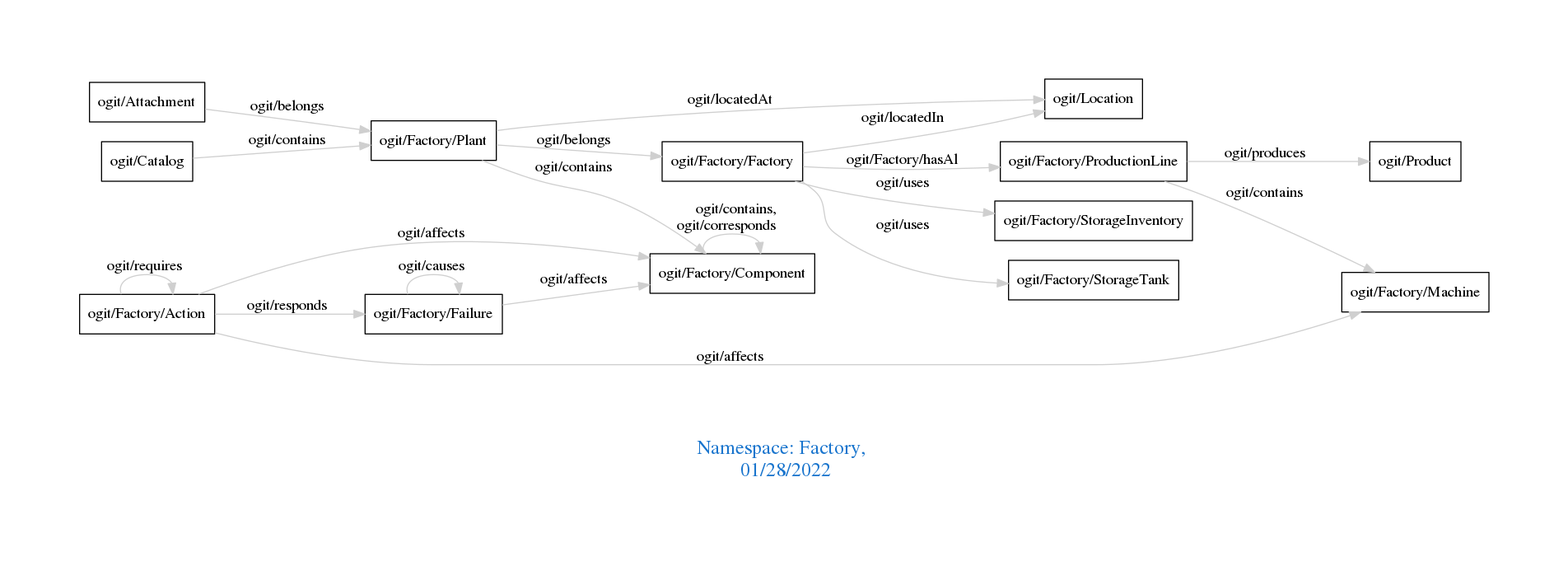
This is downloads/Factory.png from arago/OGIT, a Graphviz export, as it was before one commit. Its source is kept beside it as downloads/Factory.dot.
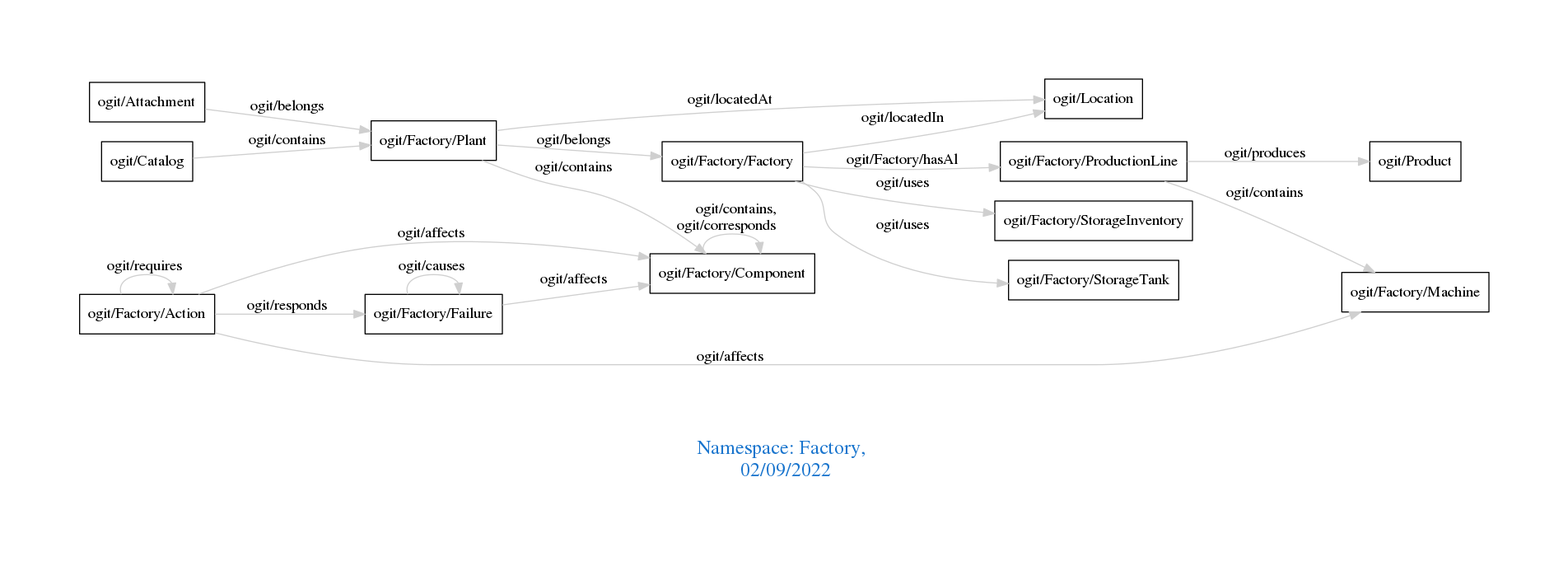
The same file after the commit.

Change to the diagram source:
```diff
@@ -1,7 +1,7 @@
 digraph OGIT_ontology {
  graph [ rankdir= LR,pad=1
 fontsize = 18,
-fontcolor= dodgerblue3,label = "\n\n\nNamespace: Factory, \n 01/28/2022"];
+fontcolor= dodgerblue3,label = "\n\n\nNamespace: Factory, \n 02/09/2022"];
 node[shape=polygon];
 edge [  color="gray81"];
 
```
